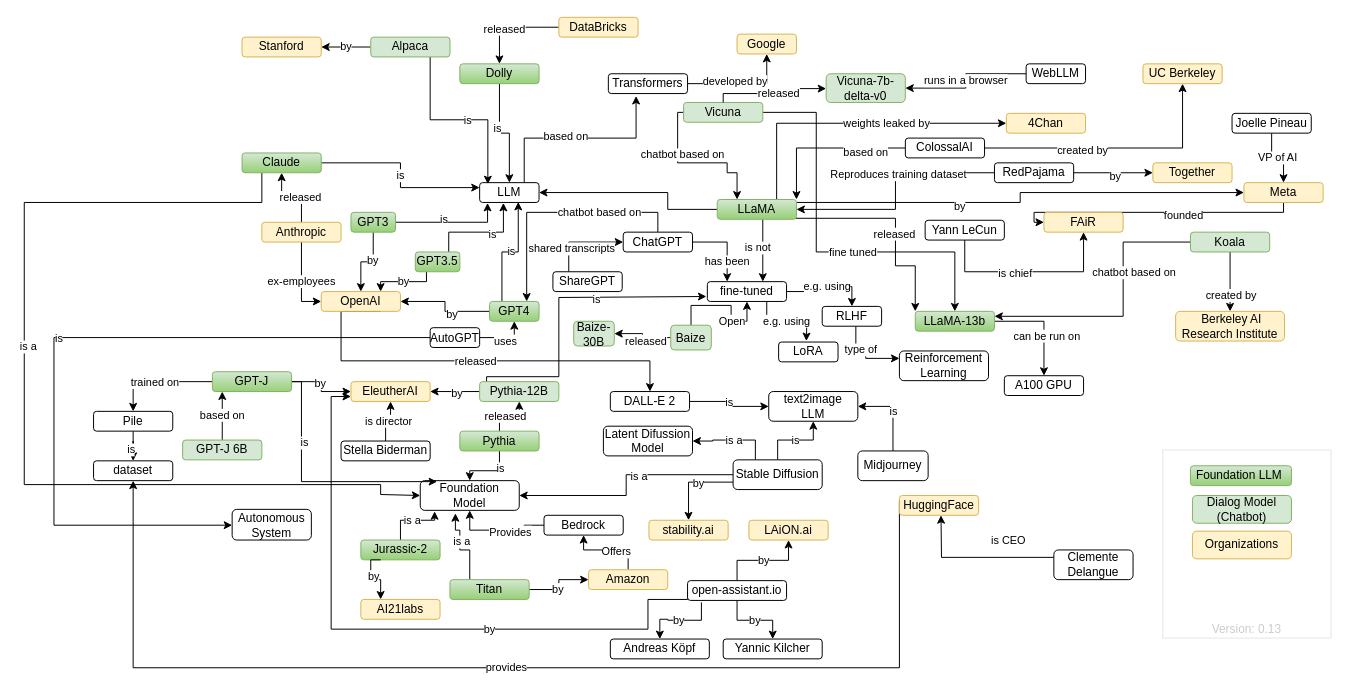
Above: generativeAI.drawio in juananpe/generativeAI (draw.io), before the change. Source tidied: cells renumbered, new cells numbered last; positions are measured from the earlier drawing's top-left corner, leaving out a move shared by most shapes. Both pictures are drawn from the tidied source at 99%, with x=0, y=0 at pixel (24, 17).
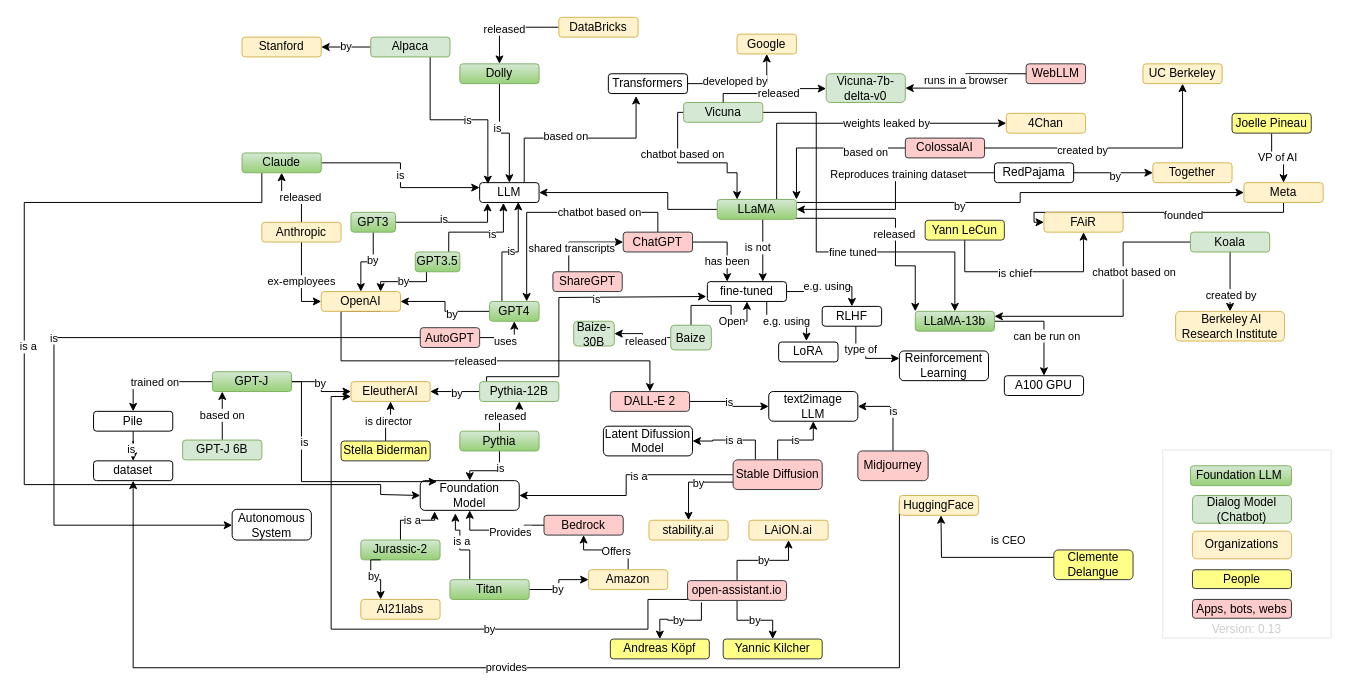
The same diagram, later.

Commit message:
Add People, Apps, Bots, Webs colors

Change to the diagram source:
```diff
@@
-    <mxCell id="22" value="DALL-E 2" style="rounded=1;whiteSpace=wrap;html=1;" parent="1" vertex="1">
+    <mxCell id="22" value="DALL-E 2" style="rounded=1;whiteSpace=wrap;html=1;fillColor=#ffcccc;strokeColor=#36393d;" parent="1" vertex="1">
       <mxGeometry x="592" y="378" width="80" height="20" as="geometry" />
     </mxCell>
@@
-    <mxCell id="25" value="Stella Biderman" style="rounded=1;whiteSpace=wrap;html=1;" parent="1" vertex="1">
+    <mxCell id="25" value="Stella Biderman" style="rounded=1;whiteSpace=wrap;html=1;fillColor=#ffff88;strokeColor=#36393d;" parent="1" vertex="1">
       <mxGeometry x="320" y="428" width="90" height="20" as="geometry" />
     </mxCell>
@@
-    <mxCell id="37" value="ColossalAI" style="rounded=1;whiteSpace=wrap;html=1;" parent="1" vertex="1">
+    <mxCell id="37" value="ColossalAI" style="rounded=1;whiteSpace=wrap;html=1;fillColor=#ffcccc;strokeColor=#36393d;" parent="1" vertex="1">
       <mxGeometry x="890" y="122" width="80" height="20" as="geometry" />
     </mxCell>
@@
-    <mxCell id="55" value="Joelle Pineau" style="rounded=1;whiteSpace=wrap;html=1;" parent="1" vertex="1">
+    <mxCell id="55" value="Joelle Pineau" style="rounded=1;whiteSpace=wrap;html=1;fillColor=#ffff88;strokeColor=#36393d;" parent="1" vertex="1">
       <mxGeometry x="1220" y="97" width="80" height="20" as="geometry" />
     </mxCell>
@@
-    <mxCell id="67" value="Yann LeCun" style="rounded=1;whiteSpace=wrap;html=1;" parent="1" vertex="1">
+    <mxCell id="67" value="Yann LeCun" style="rounded=1;whiteSpace=wrap;html=1;fillColor=#ffff88;strokeColor=#36393d;" parent="1" vertex="1">
       <mxGeometry x="910" y="205" width="80" height="20" as="geometry" />
     </mxCell>
@@
-    <mxCell id="77" value="Stable Diffusion" style="rounded=1;whiteSpace=wrap;html=1;" parent="1" vertex="1">
+    <mxCell id="77" value="Stable Diffusion" style="rounded=1;whiteSpace=wrap;html=1;fillColor=#ffcccc;strokeColor=#36393d;" parent="1" vertex="1">
       <mxGeometry x="716" y="447" width="90" height="30" as="geometry" />
     </mxCell>
@@
-    <mxCell id="91" value="Clemente&lt;br&gt;Delangue" style="rounded=1;whiteSpace=wrap;html=1;" parent="1" vertex="1">
+    <mxCell id="91" value="Clemente&lt;br&gt;Delangue" style="rounded=1;whiteSpace=wrap;html=1;fillColor=#ffff88;strokeColor=#36393d;" parent="1" vertex="1">
       <mxGeometry x="1040" y="538" width="80" height="30" as="geometry" />
     </mxCell>
@@
-    <mxCell id="103" value="Midjourney" style="rounded=1;whiteSpace=wrap;html=1;" parent="1" vertex="1">
+    <mxCell id="103" value="Midjourney" style="rounded=1;whiteSpace=wrap;html=1;fillColor=#ffcccc;strokeColor=#36393d;" parent="1" vertex="1">
       <mxGeometry x="842" y="438" width="71" height="30" as="geometry" />
     </mxCell>
@@
-    <mxCell id="112" value="ChatGPT" style="rounded=1;whiteSpace=wrap;html=1;" parent="1" vertex="1">
+    <mxCell id="112" value="ChatGPT" style="rounded=1;whiteSpace=wrap;html=1;fillColor=#ffcccc;strokeColor=#36393d;" parent="1" vertex="1">
       <mxGeometry x="605" y="217" width="70" height="20" as="geometry" />
     </mxCell>
@@
-    <mxCell id="122" value="Bedrock" style="rounded=1;whiteSpace=wrap;html=1;" parent="1" vertex="1">
+    <mxCell id="122" value="Bedrock" style="rounded=1;whiteSpace=wrap;html=1;fillColor=#ffcccc;strokeColor=#36393d;" parent="1" vertex="1">
       <mxGeometry x="525" y="503" width="80" height="20" as="geometry" />
     </mxCell>
@@
-    <mxCell id="137" value="WebLLM" style="rounded=1;whiteSpace=wrap;html=1;" parent="1" vertex="1">
+    <mxCell id="137" value="WebLLM" style="rounded=1;whiteSpace=wrap;html=1;fillColor=#ffcccc;strokeColor=#36393d;" parent="1" vertex="1">
       <mxGeometry x="1012" y="47" width="60" height="20" as="geometry" />
     </mxCell>
@@
-    <mxCell id="142" value="ShareGPT" style="rounded=1;whiteSpace=wrap;html=1;" parent="1" vertex="1">
+    <mxCell id="142" value="ShareGPT" style="rounded=1;whiteSpace=wrap;html=1;fillColor=#ffcccc;strokeColor=#36393d;" parent="1" vertex="1">
       <mxGeometry x="534" y="257" width="70" height="20" as="geometry" />
     </mxCell>
@@
-    <mxCell id="146" value="open-assistant.io" style="rounded=1;whiteSpace=wrap;html=1;" parent="1" vertex="1">
+    <mxCell id="146" value="open-assistant.io" style="rounded=1;whiteSpace=wrap;html=1;fillColor=#ffcccc;strokeColor=#36393d;" parent="1" vertex="1">
       <mxGeometry x="670" y="569" width="100" height="20" as="geometry" />
     </mxCell>
-    <mxCell id="147" value="Andreas Köpf" style="rounded=1;whiteSpace=wrap;html=1;" parent="1" vertex="1">
+    <mxCell id="147" value="Andreas Köpf" style="rounded=1;whiteSpace=wrap;html=1;fillColor=#ffff88;strokeColor=#36393d;" parent="1" vertex="1">
       <mxGeometry x="592" y="628" width="100" height="20" as="geometry" />
     </mxCell>
-    <mxCell id="148" value="Yannic Kilcher" style="rounded=1;whiteSpace=wrap;html=1;" parent="1" vertex="1">
+    <mxCell id="148" value="Yannic Kilcher" style="rounded=1;whiteSpace=wrap;html=1;fillColor=#ffff88;strokeColor=#36393d;" parent="1" vertex="1">
       <mxGeometry x="706" y="628" width="100" height="20" as="geometry" />
     </mxCell>
@@
-    <mxCell id="166" value="AutoGPT" style="rounded=1;whiteSpace=wrap;html=1;" parent="1" vertex="1">
-      <mxGeometry x="410" y="313.5" width="50" height="20" as="geometry" />
+    <mxCell id="166" value="AutoGPT" style="rounded=1;whiteSpace=wrap;html=1;fillColor=#ffcccc;strokeColor=#36393d;" parent="1" vertex="1">
+      <mxGeometry x="400" y="313.5" width="60" height="20" as="geometry" />
     </mxCell>
@@
+    <mxCell id="193" value="People" style="rounded=1;whiteSpace=wrap;html=1;fillColor=#ffff88;strokeColor=#36393d;" parent="1" vertex="1">
+      <mxGeometry x="1180" y="558" width="100" height="19" as="geometry" />
+    </mxCell>
+    <mxCell id="194" value="Apps, bots, webs" style="rounded=1;whiteSpace=wrap;html=1;fillColor=#ffcccc;strokeColor=#36393d;" parent="1" vertex="1">
+      <mxGeometry x="1180" y="588" width="100" height="19" as="geometry" />
+    </mxCell>
```
